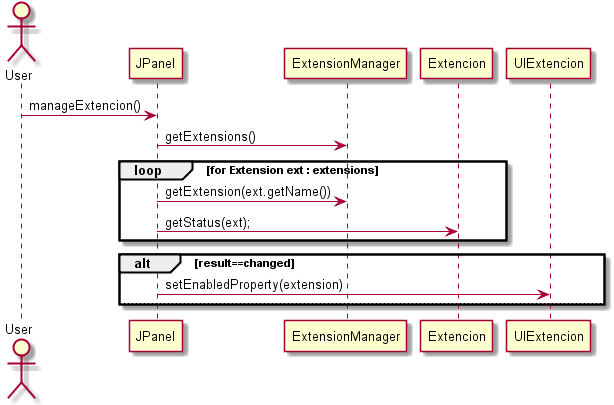
Before: src/csheets/userstories/us010/doc-files/us010_design1.png, a diagram exported from PlantUML (BeatrizSeabra/Project_Excel_Java). Its diagram source:
```plantuml
@startuml doc-files/us010_design1.png
actor User
 participant JPanel as JP
 participant ExtensionManager as EM
 participant Extencion as EX
 participant UIExtencion as UIEX


 User -> JP : manageExtencion()
 JP -> EM : getExtensions()
loop for Extension ext : extensions
 JP -> EM : getExtension(ext.getName())
 JP -> EX : getStatus(ext);
end
alt result==changed
   JP -> UIEX : setEnabledProperty(extension)
  else
  end

@enduml
```
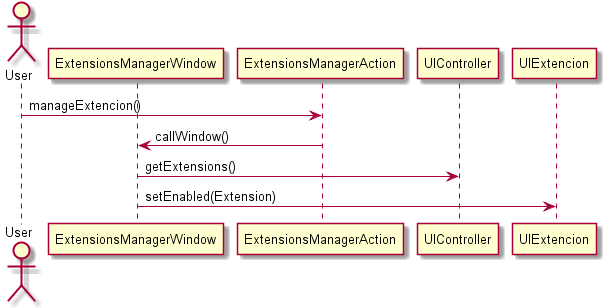
Above is the later version.

Change to the diagram source:
```diff
@@ -1,20 +1,14 @@
 @startuml doc-files/us010_design1.png
 actor User
- participant JPanel as JP
- participant ExtensionManager as EM
- participant Extencion as EX
+ participant ExtensionsManagerWindow as EXW
+ participant ExtensionsManagerAction as EMA
+ participant UIController as UIE
  participant UIExtencion as UIEX
 
 
- User -> JP : manageExtencion()
- JP -> EM : getExtensions()
-loop for Extension ext : extensions
- JP -> EM : getExtension(ext.getName())
- JP -> EX : getStatus(ext);
-end
-alt result==changed
-   JP -> UIEX : setEnabledProperty(extension)
-  else
-  end
+ User -> EMA : manageExtencion()
+ EMA -> EXW : callWindow()
+ EXW -> UIE : getExtensions()
+ EXW -> UIEX : setEnabled(Extension)
 
 @enduml
```
